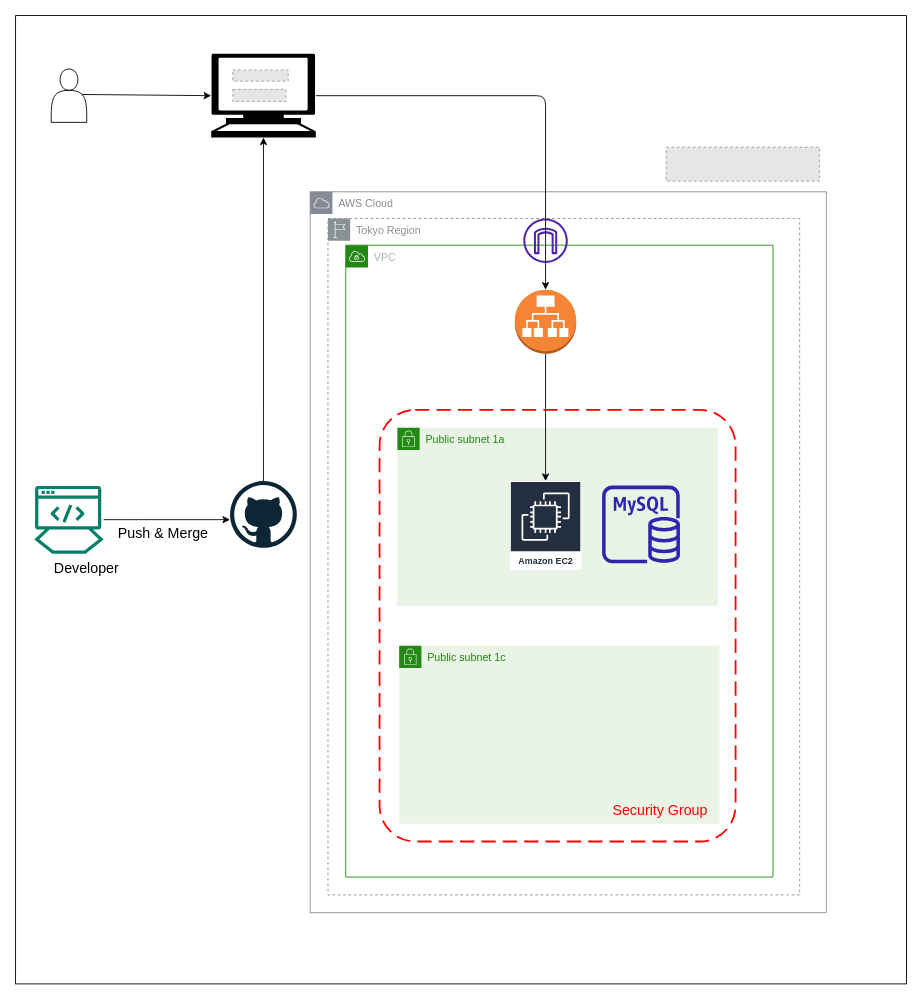
Above: documents/architecture.dio in ytR8220/travel-weather (draw.io), before the change. Source tidied: cells renumbered, new cells numbered last; positions are measured from the earlier drawing's top-left corner, leaving out a move shared by most shapes. Both pictures are drawn from the tidied source at 89%, with x=0, y=0 at pixel (15, 15). Pictures stored in the file or linked from it are replaced by grey dashed boxes.
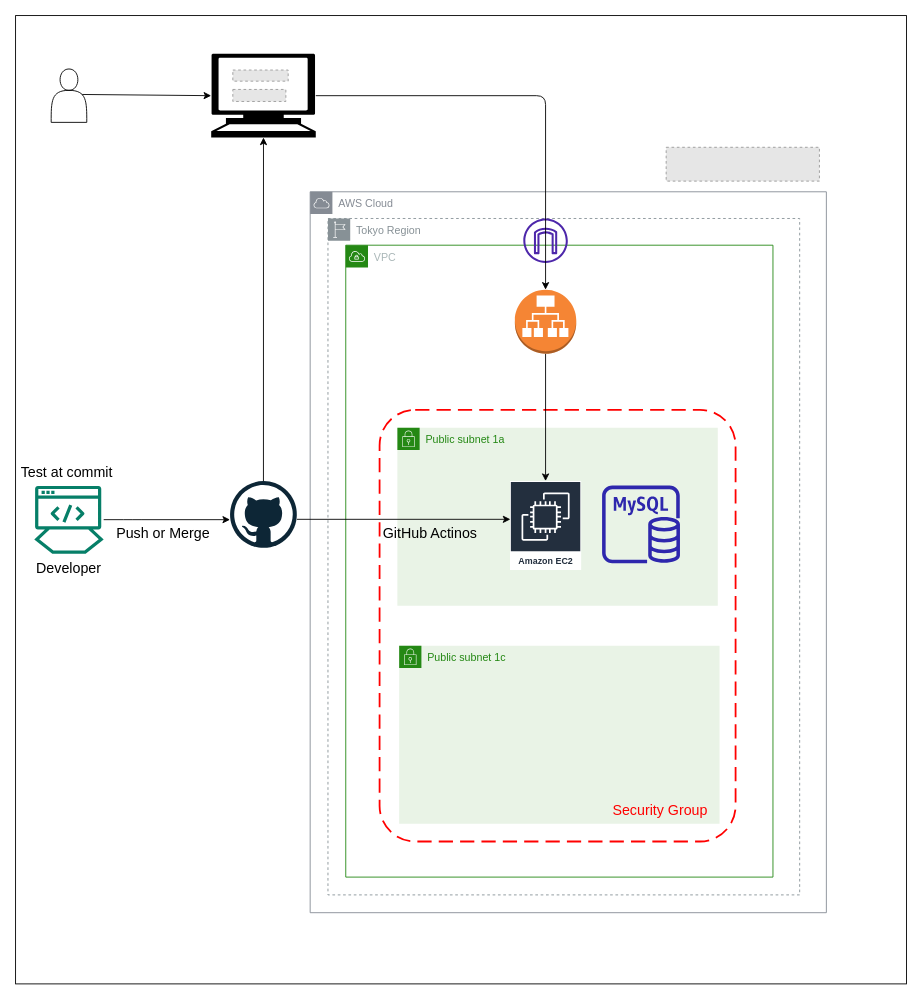
Above is the later version.

Commit message (it also covers changes not shown here):
[update]システム構成図修正

コミット時のテスト、マージ時のgithub actionsによるec2へのデプロイを追加

The change refers to these unchanged cells:
```xml
<mxCell id="16" value="Public subnet 1a" style="gradientColor=none;html=1;whiteSpace=wrap;fontSize=12;fontStyle=0;shape=mxgraph.aws4.group;grIcon=mxgraph.aws4.group_security_group;grStroke=0;strokeColor=#248814;fillColor=#E9F3E6;verticalAlign=top;align=left;spacingLeft=30;fontColor=#248814;dashed=0;" parent="1" vertex="1">
  <mxGeometry x="429" y="463" width="360" height="200" as="geometry" />
</mxCell>
```

What changed in the source:
```diff
@@
+    <mxCell id="32" value="GitHub Actinos" style="text;html=1;strokeColor=none;fillColor=none;align=center;verticalAlign=middle;whiteSpace=wrap;rounded=0;fontSize=16;fontColor=#000000;" parent="16" vertex="1">
+      <mxGeometry x="-18" y="102.5" width="110" height="30" as="geometry" />
+    </mxCell>
@@
     <mxCell id="20" value="Developer" style="text;html=1;strokeColor=none;fillColor=none;align=center;verticalAlign=middle;whiteSpace=wrap;rounded=0;fontSize=16;fontColor=#000000;" parent="1" vertex="1">
-      <mxGeometry x="50" y="605.5" width="60" height="30" as="geometry" />
+      <mxGeometry x="30" y="605.5" width="60" height="30" as="geometry" />
     </mxCell>
-    <mxCell id="21" value="Push &amp;amp; Merge" style="text;html=1;strokeColor=none;fillColor=none;align=center;verticalAlign=middle;whiteSpace=wrap;rounded=0;fontSize=16;fontColor=#000000;" parent="1" vertex="1">
+    <mxCell id="21" value="Push or Merge" style="text;html=1;strokeColor=none;fillColor=none;align=center;verticalAlign=middle;whiteSpace=wrap;rounded=0;fontSize=16;fontColor=#000000;" parent="1" vertex="1">
       <mxGeometry x="111" y="565.5" width="110" height="30" as="geometry" />
     </mxCell>
@@
+    <mxCell id="33" style="edgeStyle=none;html=1;" parent="1" edge="1">
+      <mxGeometry relative="1" as="geometry">
+        <mxPoint x="316" y="566" as="sourcePoint" />
+        <mxPoint x="556" y="566" as="targetPoint" />
+      </mxGeometry>
+    </mxCell>
+    <mxCell id="34" value="Test at commit&amp;nbsp;" style="text;html=1;strokeColor=none;fillColor=none;align=center;verticalAlign=middle;whiteSpace=wrap;rounded=0;fontSize=16;fontColor=#000000;" parent="1" vertex="1">
+      <mxGeometry x="5" y="498" width="110" height="30" as="geometry" />
+    </mxCell>
```
